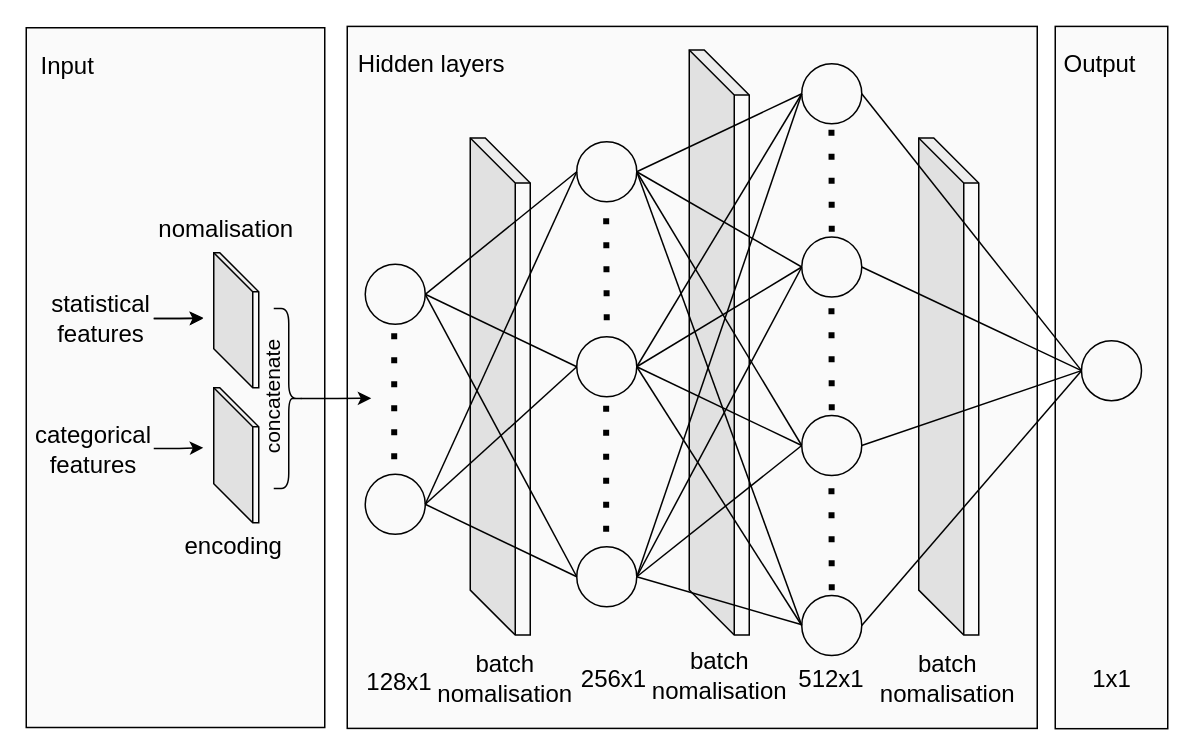
Earlier version of the draw.io diagram page "Copy of Page-3" (3 of 4) of network.drawio (qyu38/DL-paper). Source tidied: cells renumbered, new cells numbered last; positions are measured from the earlier drawing's top-left corner, leaving out a move shared by most shapes. Both pictures are drawn from the tidied source at 150%, with x=0, y=0 at pixel (26, 26).
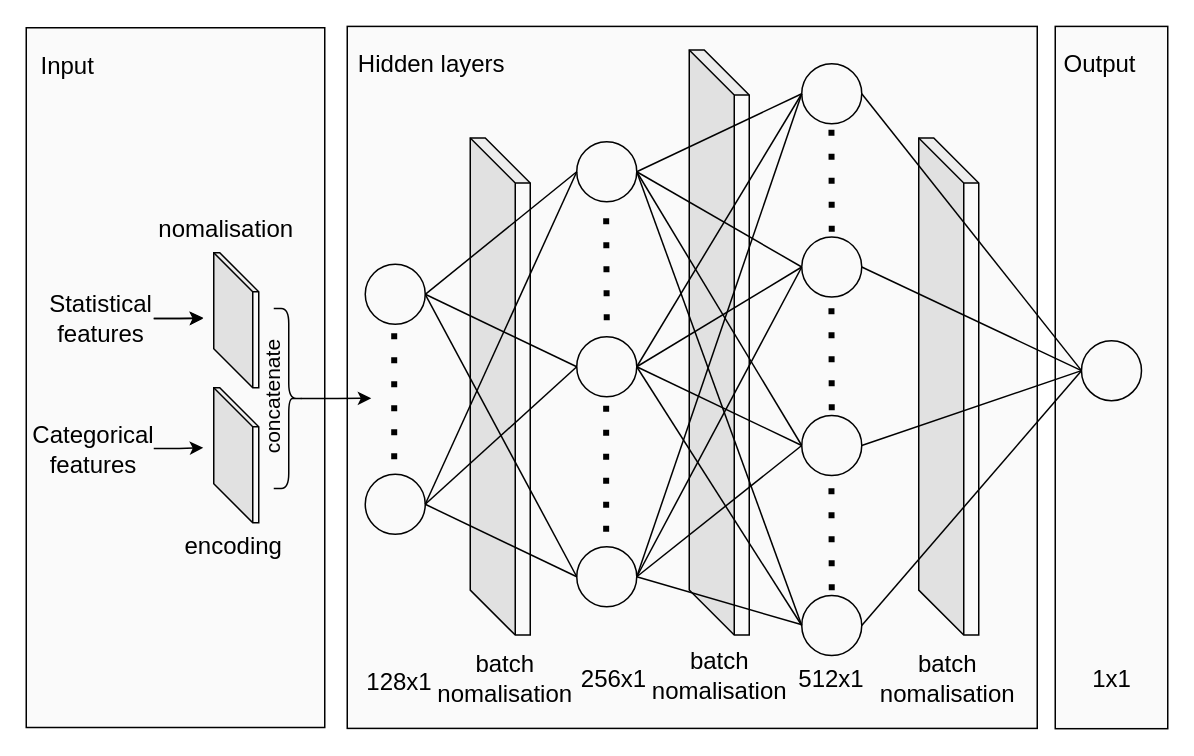
The same diagram, later.

The edit, as a diff of the source:
```diff
@@
-    <mxCell id="32" value="statistical features" style="text;html=1;strokeColor=none;fillColor=none;align=center;verticalAlign=middle;whiteSpace=wrap;rounded=0;fontSize=16;fontColor=#000000;" parent="1" vertex="1">
+    <mxCell id="32" value="Statistical features" style="text;html=1;strokeColor=none;fillColor=none;align=center;verticalAlign=middle;whiteSpace=wrap;rounded=0;fontSize=16;fontColor=#000000;" parent="1" vertex="1">
       <mxGeometry x="15" y="179.6" width="70" height="30" as="geometry" />
     </mxCell>
@@
-    <mxCell id="63" value="categorical&lt;br&gt;features" style="text;html=1;strokeColor=none;fillColor=none;align=center;verticalAlign=middle;whiteSpace=wrap;rounded=0;fontSize=16;fontColor=#000000;" parent="1" vertex="1">
+    <mxCell id="63" value="Categorical&lt;br&gt;features" style="text;html=1;strokeColor=none;fillColor=none;align=center;verticalAlign=middle;whiteSpace=wrap;rounded=0;fontSize=16;fontColor=#000000;" parent="1" vertex="1">
       <mxGeometry x="10" y="267.1" width="70" height="30" as="geometry" />
     </mxCell>
```
